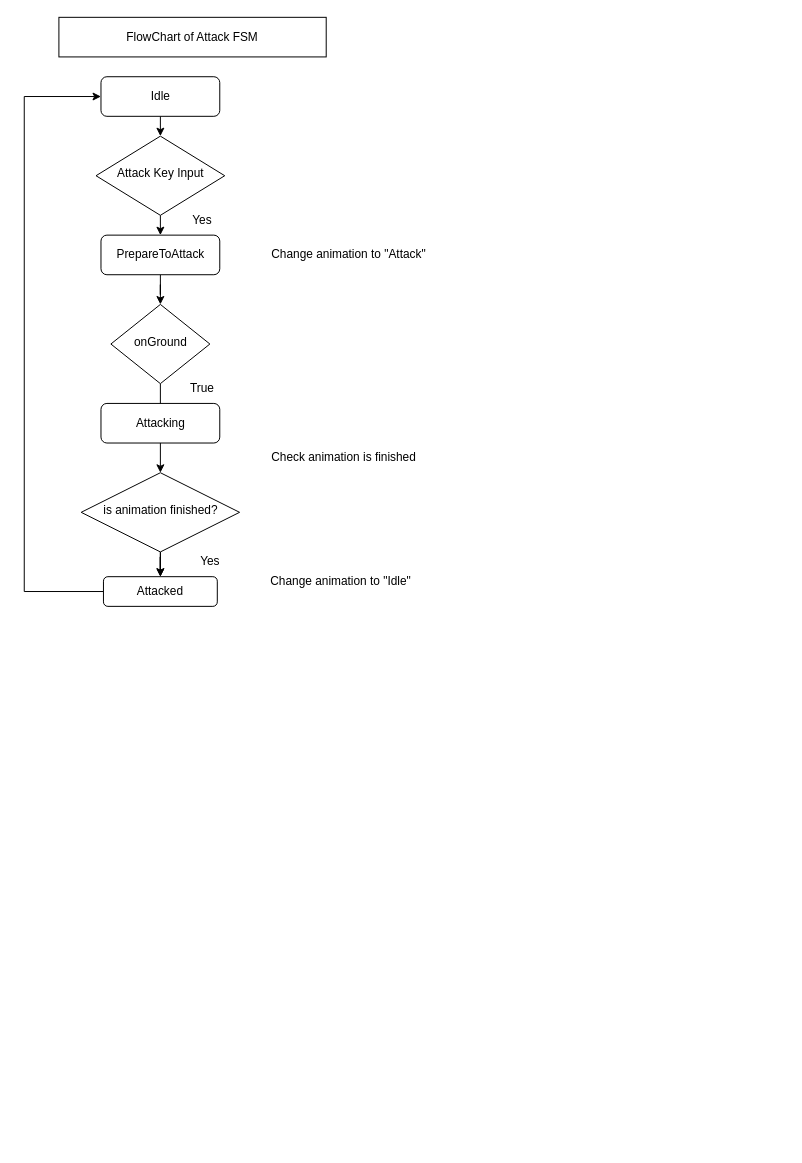
This is PlayerFSM.drawio from boyeon0613/boyeon0613, a draw.io file, before an edit. Source tidied: cells renumbered, new cells numbered last; positions are measured from the earlier drawing's top-left corner, leaving out a move shared by most shapes. Both pictures are drawn from the tidied source at 99%, with x=0, y=0 at pixel (24, 17).
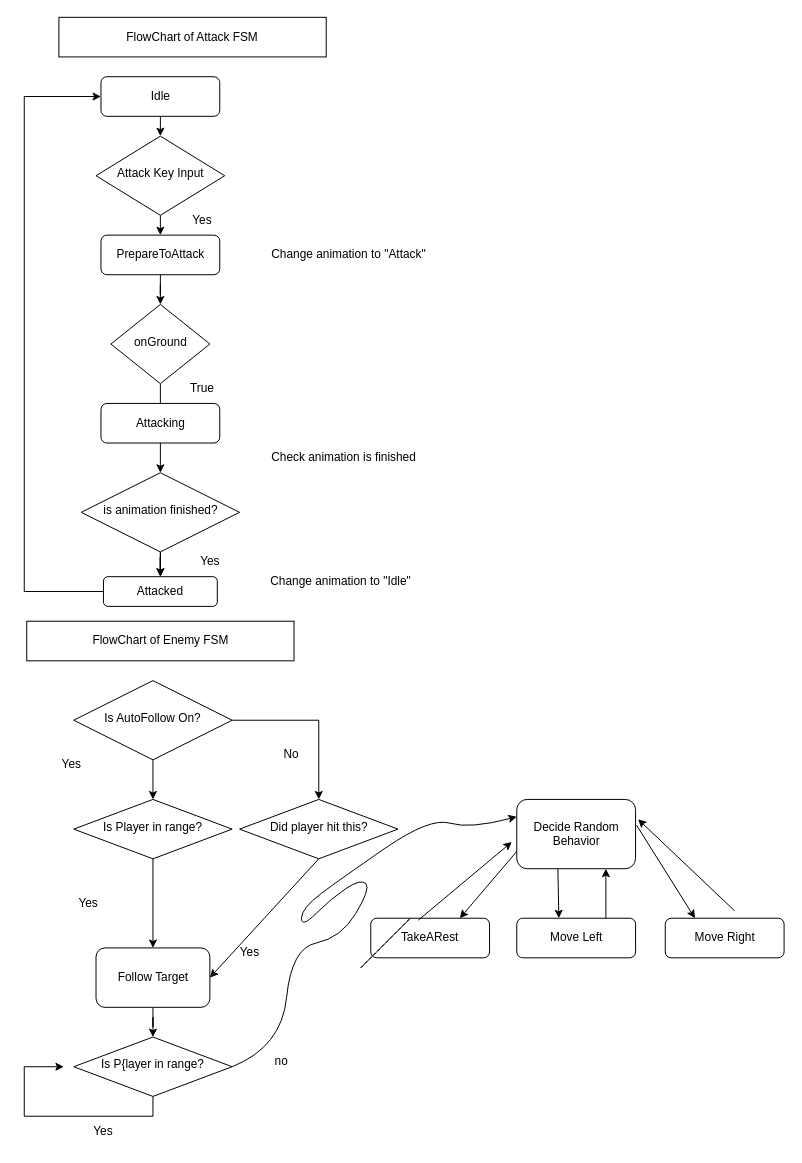
After the change.

The edit, as a diff of the source:
```diff
@@
+    <mxCell id="26" value="TakeARest" style="rounded=1;whiteSpace=wrap;html=1;fontSize=12;glass=0;strokeWidth=1;shadow=0;" parent="1" vertex="1">
+      <mxGeometry x="350" y="910" width="120" height="40" as="geometry" />
+    </mxCell>
+    <mxCell id="27" value="Move Left" style="rounded=1;whiteSpace=wrap;html=1;fontSize=12;glass=0;strokeWidth=1;shadow=0;" parent="1" vertex="1">
+      <mxGeometry x="497.5" y="910" width="120" height="40" as="geometry" />
+    </mxCell>
+    <mxCell id="28" value="Decide Random&lt;br&gt;Behavior" style="rounded=1;whiteSpace=wrap;html=1;fontSize=12;glass=0;strokeWidth=1;shadow=0;" parent="1" vertex="1">
+      <mxGeometry x="497.5" y="790" width="120" height="70" as="geometry" />
+    </mxCell>
+    <mxCell id="29" value="FlowChart of Enemy FSM" style="rounded=0;whiteSpace=wrap;html=1;" parent="1" vertex="1">
+      <mxGeometry x="2.5" y="610" width="270" height="40" as="geometry" />
+    </mxCell>
+    <mxCell id="30" style="edgeStyle=orthogonalEdgeStyle;rounded=0;jettySize=auto;html=1;" parent="1" edge="1" source="31" target="54">
+      <mxGeometry relative="1" as="geometry" />
+    </mxCell>
+    <mxCell id="31" value="Follow Target" style="rounded=1;whiteSpace=wrap;html=1;fontSize=12;glass=0;strokeWidth=1;shadow=0;" parent="1" vertex="1">
+      <mxGeometry x="72.5" y="940" width="115" height="60" as="geometry" />
+    </mxCell>
+    <mxCell id="32" style="edgeStyle=orthogonalEdgeStyle;rounded=0;orthogonalLoop=1;jettySize=auto;html=1;exitX=0.5;exitY=1;exitDx=0;exitDy=0;" parent="1" edge="1">
+      <mxGeometry relative="1" as="geometry">
+        <mxPoint x="190" y="1000" as="sourcePoint" />
+        <mxPoint x="190" y="1000" as="targetPoint" />
+      </mxGeometry>
+    </mxCell>
+    <mxCell id="33" style="edgeStyle=orthogonalEdgeStyle;rounded=0;orthogonalLoop=1;jettySize=auto;html=1;exitX=0.5;exitY=1;exitDx=0;exitDy=0;" parent="1" edge="1">
+      <mxGeometry relative="1" as="geometry">
+        <mxPoint x="350" y="1050" as="sourcePoint" />
+        <mxPoint x="350" y="1050" as="targetPoint" />
+      </mxGeometry>
+    </mxCell>
+    <mxCell id="34" value="Move Right" style="rounded=1;whiteSpace=wrap;html=1;fontSize=12;glass=0;strokeWidth=1;shadow=0;" parent="1" vertex="1">
+      <mxGeometry x="647.5" y="910" width="120" height="40" as="geometry" />
+    </mxCell>
+    <mxCell id="35" style="endArrow=classic;html=1;rounded=0;entryX=-0.042;entryY=0.614;entryDx=0;entryDy=0;entryPerimeter=0;exitX=0.4;exitY=0.05;exitDx=0;exitDy=0;exitPerimeter=0;" parent="1" edge="1" source="26" target="28">
+      <mxGeometry relative="1" as="geometry" />
+    </mxCell>
+    <mxCell id="36" style="endArrow=classic;html=1;rounded=0;exitX=0;exitY=0.75;exitDx=0;exitDy=0;entryX=0.75;entryY=0;entryDx=0;entryDy=0;" parent="1" edge="1" source="28" target="26">
+      <mxGeometry relative="1" as="geometry" />
+    </mxCell>
+    <mxCell id="37" style="endArrow=classic;html=1;rounded=0;entryX=0.75;entryY=0;entryDx=0;entryDy=0;" parent="1" edge="1">
+      <mxGeometry relative="1" as="geometry">
+        <mxPoint x="717.5" y="902.5" as="sourcePoint" />
+        <mxPoint x="620" y="810" as="targetPoint" />
+      </mxGeometry>
+    </mxCell>
+    <mxCell id="38" style="endArrow=classic;html=1;rounded=0;exitX=1.008;exitY=0.371;exitDx=0;exitDy=0;exitPerimeter=0;entryX=0.25;entryY=0;entryDx=0;entryDy=0;" parent="1" edge="1" source="28" target="34">
+      <mxGeometry relative="1" as="geometry" />
+    </mxCell>
+    <mxCell id="39" style="endArrow=classic;html=1;rounded=0;exitX=0.346;exitY=1;exitDx=0;exitDy=0;exitPerimeter=0;" parent="1" edge="1" source="28">
+      <mxGeometry relative="1" as="geometry">
+        <mxPoint x="540" y="910" as="targetPoint" />
+      </mxGeometry>
+    </mxCell>
+    <mxCell id="40" style="endArrow=classic;html=1;rounded=0;exitX=0.75;exitY=0;exitDx=0;exitDy=0;entryX=0.75;entryY=1;entryDx=0;entryDy=0;" parent="1" edge="1" source="27" target="28">
+      <mxGeometry relative="1" as="geometry" />
+    </mxCell>
+    <mxCell id="41" style="edgeStyle=orthogonalEdgeStyle;rounded=0;jettySize=auto;html=1;exitX=0.5;exitY=1;exitDx=0;exitDy=0;" parent="1" edge="1" source="43" target="45">
+      <mxGeometry relative="1" as="geometry" />
+    </mxCell>
+    <mxCell id="42" style="edgeStyle=orthogonalEdgeStyle;rounded=0;jettySize=auto;html=1;entryX=0.5;entryY=0;entryDx=0;entryDy=0;" parent="1" edge="1" source="43" target="49">
+      <mxGeometry relative="1" as="geometry" />
+    </mxCell>
+    <mxCell id="43" value="Is AutoFollow On?" style="rhombus;whiteSpace=wrap;html=1;shadow=0;fontFamily=Helvetica;fontSize=12;align=center;strokeWidth=1;spacing=6;spacingTop=-4;" parent="1" vertex="1">
+      <mxGeometry x="50" y="670" width="160" height="80" as="geometry" />
+    </mxCell>
+    <mxCell id="44" style="edgeStyle=orthogonalEdgeStyle;rounded=0;jettySize=auto;html=1;" parent="1" edge="1" source="45" target="31">
+      <mxGeometry relative="1" as="geometry" />
+    </mxCell>
+    <mxCell id="45" value="Is Player in range?" style="rhombus;whiteSpace=wrap;html=1;shadow=0;fontFamily=Helvetica;fontSize=12;align=center;strokeWidth=1;spacing=6;spacingTop=-4;" parent="1" vertex="1">
+      <mxGeometry x="50" y="790" width="160" height="60" as="geometry" />
+    </mxCell>
+    <mxCell id="46" style="edgeStyle=orthogonalEdgeStyle;rounded=0;orthogonalLoop=1;jettySize=auto;html=1;exitX=0.5;exitY=1;exitDx=0;exitDy=0;" parent="1" edge="1" source="45" target="45">
+      <mxGeometry relative="1" as="geometry" />
+    </mxCell>
+    <mxCell id="47" value="Yes" style="text;html=1;strokeColor=none;fillColor=none;align=center;verticalAlign=middle;whiteSpace=wrap;rounded=0;" parent="1" vertex="1">
+      <mxGeometry x="17.5" y="740" width="60" height="30" as="geometry" />
+    </mxCell>
+    <mxCell id="48" value="Yes" style="text;html=1;strokeColor=none;fillColor=none;align=center;verticalAlign=middle;whiteSpace=wrap;rounded=0;" parent="1" vertex="1">
+      <mxGeometry x="35" y="880" width="60" height="30" as="geometry" />
+    </mxCell>
+    <mxCell id="49" value="Did player hit this?" style="rhombus;whiteSpace=wrap;html=1;shadow=0;fontFamily=Helvetica;fontSize=12;align=center;strokeWidth=1;spacing=6;spacingTop=-4;" parent="1" vertex="1">
+      <mxGeometry x="217.5" y="790" width="160" height="60" as="geometry" />
+    </mxCell>
+    <mxCell id="50" value="Yes" style="text;html=1;strokeColor=none;fillColor=none;align=center;verticalAlign=middle;whiteSpace=wrap;rounded=0;" parent="1" vertex="1">
+      <mxGeometry x="197.5" y="930" width="60" height="30" as="geometry" />
+    </mxCell>
+    <mxCell id="51" style="endArrow=classic;html=1;rounded=0;entryX=1;entryY=0.5;entryDx=0;entryDy=0;exitX=0.5;exitY=1;exitDx=0;exitDy=0;" parent="1" edge="1" source="49" target="31">
+      <mxGeometry relative="1" as="geometry" />
+    </mxCell>
+    <mxCell id="52" style="edgeStyle=orthogonalEdgeStyle;rounded=0;orthogonalLoop=1;jettySize=auto;html=1;exitX=0.5;exitY=1;exitDx=0;exitDy=0;" parent="1" edge="1" source="49" target="49">
+      <mxGeometry relative="1" as="geometry" />
+    </mxCell>
+    <mxCell id="53" style="edgeStyle=orthogonalEdgeStyle;rounded=0;jettySize=auto;html=1;exitX=0.5;exitY=1;exitDx=0;exitDy=0;" parent="1" edge="1" source="54">
+      <mxGeometry relative="1" as="geometry">
+        <mxPoint x="40" y="1060" as="targetPoint" />
+        <Array as="points">
+          <mxPoint x="130" y="1110" />
+          <mxPoint y="1110" />
+          <mxPoint y="1060" />
+        </Array>
+      </mxGeometry>
+    </mxCell>
+    <mxCell id="54" value="Is P{layer in range?" style="rhombus;whiteSpace=wrap;html=1;shadow=0;fontFamily=Helvetica;fontSize=12;align=center;strokeWidth=1;spacing=6;spacingTop=-4;" parent="1" vertex="1">
+      <mxGeometry x="50" y="1030" width="160" height="60" as="geometry" />
+    </mxCell>
+    <mxCell id="55" style="curved=1;endArrow=classic;html=1;rounded=0;exitX=1;exitY=0.5;exitDx=0;exitDy=0;entryX=0;entryY=0.25;entryDx=0;entryDy=0;" parent="1" edge="1" source="54" target="28">
+      <mxGeometry relative="1" as="geometry">
+        <Array as="points">
+          <mxPoint x="260" y="1040" />
+          <mxPoint x="270" y="940" />
+          <mxPoint x="320" y="930" />
+          <mxPoint x="350" y="880" />
+          <mxPoint x="340" y="870" />
+          <mxPoint x="310" y="890" />
+          <mxPoint x="280" y="920" />
+          <mxPoint x="280" y="900" />
+          <mxPoint x="320" y="870" />
+          <mxPoint x="410" y="808" />
+          <mxPoint x="450" y="820" />
+        </Array>
+      </mxGeometry>
+    </mxCell>
+    <mxCell id="56" value="no&lt;br&gt;" style="text;html=1;strokeColor=none;fillColor=none;align=center;verticalAlign=middle;whiteSpace=wrap;rounded=0;" parent="1" vertex="1">
+      <mxGeometry x="230" y="1040" width="60" height="30" as="geometry" />
+    </mxCell>
+    <mxCell id="57" value="No" style="text;html=1;strokeColor=none;fillColor=none;align=center;verticalAlign=middle;whiteSpace=wrap;rounded=0;" parent="1" vertex="1">
+      <mxGeometry x="240" y="730" width="60" height="30" as="geometry" />
+    </mxCell>
+    <mxCell id="58" style="endArrow=none;html=1;rounded=0;" parent="1" edge="1">
+      <mxGeometry relative="1" as="geometry">
+        <mxPoint x="340" y="960" as="sourcePoint" />
+        <mxPoint x="390" y="910" as="targetPoint" />
+      </mxGeometry>
+    </mxCell>
+    <mxCell id="59" style="endArrow=none;dashed=1;html=1;rounded=0;" parent="1" edge="1">
+      <mxGeometry relative="1" as="geometry">
+        <mxPoint x="340" y="960" as="sourcePoint" />
+        <mxPoint x="390" y="910" as="targetPoint" />
+      </mxGeometry>
+    </mxCell>
+    <mxCell id="60" value="Yes" style="text;html=1;strokeColor=none;fillColor=none;align=center;verticalAlign=middle;whiteSpace=wrap;rounded=0;" parent="1" vertex="1">
+      <mxGeometry x="50" y="1110" width="60" height="30" as="geometry" />
+    </mxCell>
```
